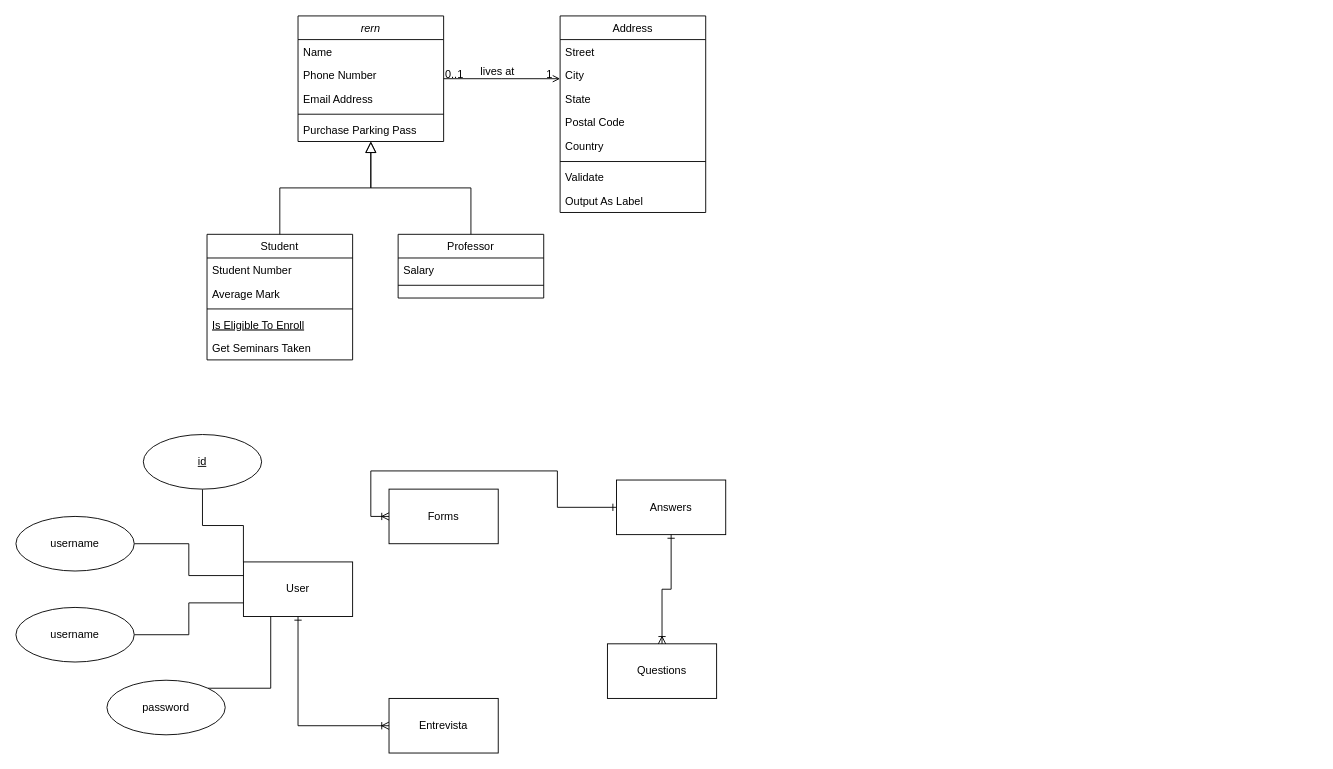
This is system_design_DB.drawio from JZane21/Framework-for-system-design-interviews, a draw.io file, before an edit. Source tidied: cells renumbered, new cells numbered last; positions are measured from the earlier drawing's top-left corner, leaving out a move shared by most shapes. Both pictures are drawn from the tidied source at 91%, with x=0, y=0 at pixel (15, 15).
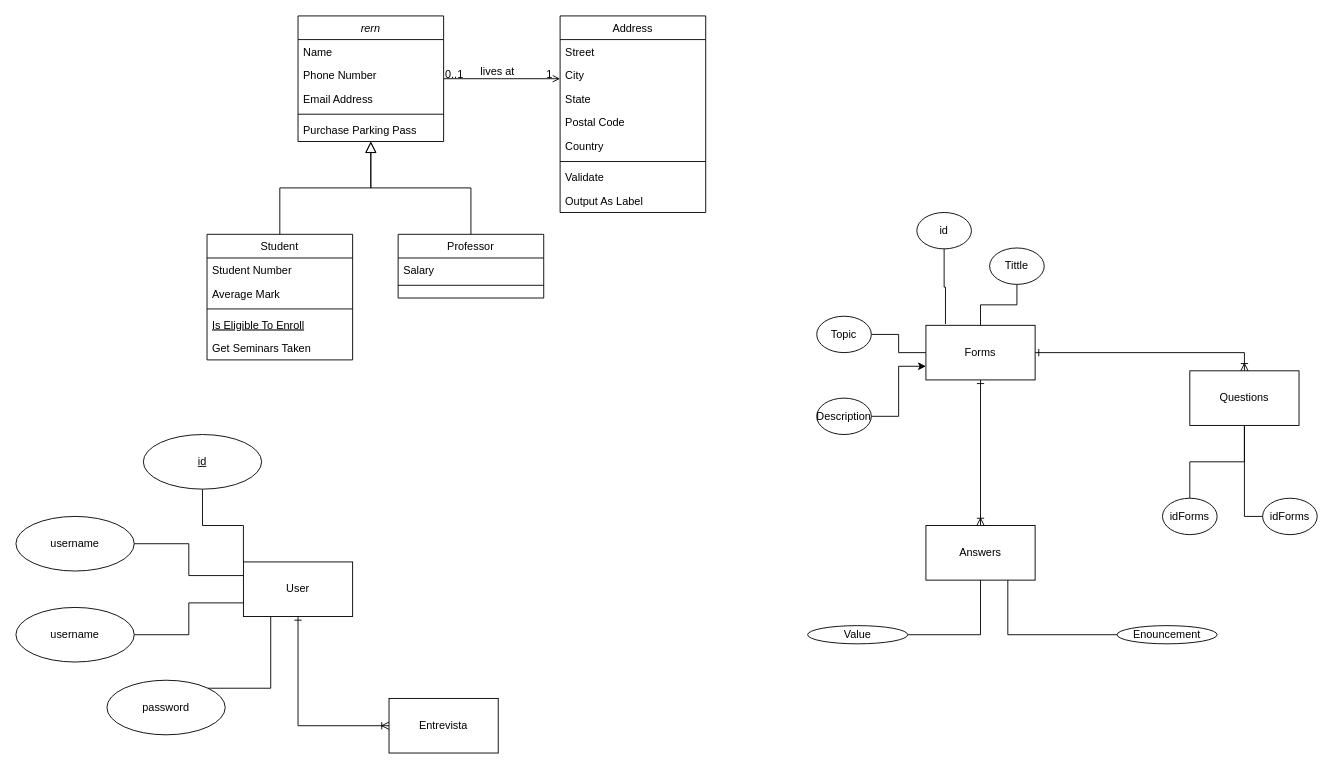
The same page after the edit.

What changed in the source:
```diff
@@
-    <mxCell id="33" value="Forms" style="rounded=0;whiteSpace=wrap;html=1;" parent="1" vertex="1">
-      <mxGeometry x="410" y="520" width="120" height="60" as="geometry" />
+    <mxCell id="33" value="Answers" style="rounded=0;whiteSpace=wrap;html=1;" parent="1" vertex="1">
+      <mxGeometry x="1000" y="560" width="120" height="60" as="geometry" />
     </mxCell>
@@
     <mxCell id="35" value="Questions" style="rounded=0;whiteSpace=wrap;html=1;" parent="1" vertex="1">
-      <mxGeometry x="650" y="690" width="120" height="60" as="geometry" />
+      <mxGeometry x="1290" y="390" width="120" height="60" as="geometry" />
     </mxCell>
@@
-    <mxCell id="37" style="edgeStyle=orthogonalEdgeStyle;rounded=0;jettySize=auto;html=1;entryX=0;entryY=0.5;entryDx=0;entryDy=0;endArrow=ERoneToMany;endFill=0;startArrow=ERone;startFill=0;" parent="1" edge="1" source="39" target="33">
+    <mxCell id="37" style="edgeStyle=orthogonalEdgeStyle;rounded=0;jettySize=auto;html=1;entryX=0.5;entryY=0;entryDx=0;entryDy=0;endArrow=ERoneToMany;endFill=0;startArrow=ERone;startFill=0;" parent="1" edge="1" source="39" target="33">
       <mxGeometry relative="1" as="geometry" />
     </mxCell>
@@
-    <mxCell id="39" value="Answers" style="rounded=0;whiteSpace=wrap;html=1;" parent="1" vertex="1">
-      <mxGeometry x="660" y="510" width="120" height="60" as="geometry" />
+    <mxCell id="39" value="Forms" style="rounded=0;whiteSpace=wrap;html=1;" parent="1" vertex="1">
+      <mxGeometry x="1000" y="340" width="120" height="60" as="geometry" />
     </mxCell>
@@
+    <mxCell id="48" style="edgeStyle=orthogonalEdgeStyle;rounded=0;jettySize=auto;html=1;entryX=0.75;entryY=1;entryDx=0;entryDy=0;endArrow=none;endFill=0;" parent="1" edge="1" source="49" target="33">
+      <mxGeometry relative="1" as="geometry" />
+    </mxCell>
+    <mxCell id="49" value="Enouncement" style="ellipse;whiteSpace=wrap;html=1;" parent="1" vertex="1">
+      <mxGeometry x="1210" y="670" width="110" height="20" as="geometry" />
+    </mxCell>
@@
+    <mxCell id="50" style="edgeStyle=orthogonalEdgeStyle;rounded=0;jettySize=auto;html=1;endArrow=none;endFill=0;" parent="1" edge="1" source="51">
+      <mxGeometry relative="1" as="geometry">
+        <mxPoint x="1350" y="450" as="targetPoint" />
+      </mxGeometry>
+    </mxCell>
+    <mxCell id="51" value="idForms" style="ellipse;whiteSpace=wrap;html=1;" parent="1" vertex="1">
+      <mxGeometry x="1370" y="530" width="60" height="40" as="geometry" />
+    </mxCell>
@@
+    <mxCell id="52" style="edgeStyle=orthogonalEdgeStyle;rounded=0;jettySize=auto;html=1;entryX=0.5;entryY=1;entryDx=0;entryDy=0;endArrow=none;endFill=0;" parent="1" edge="1" source="53" target="35">
+      <mxGeometry relative="1" as="geometry" />
+    </mxCell>
@@
+    <mxCell id="53" value="idForms" style="ellipse;whiteSpace=wrap;html=1;" parent="1" vertex="1">
+      <mxGeometry x="1260" y="530" width="60" height="40" as="geometry" />
+    </mxCell>
@@
+    <mxCell id="54" style="edgeStyle=orthogonalEdgeStyle;rounded=0;jettySize=auto;html=1;entryX=0.5;entryY=1;entryDx=0;entryDy=0;endArrow=none;endFill=0;" parent="1" edge="1" source="55" target="33">
+      <mxGeometry relative="1" as="geometry" />
+    </mxCell>
+    <mxCell id="55" value="Value" style="ellipse;whiteSpace=wrap;html=1;" parent="1" vertex="1">
+      <mxGeometry x="870" y="670" width="110" height="20" as="geometry" />
+    </mxCell>
@@
+    <mxCell id="56" value="id" style="ellipse;whiteSpace=wrap;html=1;" parent="1" vertex="1">
+      <mxGeometry x="990" y="216" width="60" height="40" as="geometry" />
+    </mxCell>
+    <mxCell id="57" style="edgeStyle=orthogonalEdgeStyle;rounded=0;jettySize=auto;html=1;entryX=0.5;entryY=0;entryDx=0;entryDy=0;endArrow=none;endFill=0;" parent="1" edge="1" source="58" target="39">
+      <mxGeometry relative="1" as="geometry" />
+    </mxCell>
+    <mxCell id="58" value="Tittle" style="ellipse;whiteSpace=wrap;html=1;" parent="1" vertex="1">
+      <mxGeometry x="1070" y="255" width="60" height="40" as="geometry" />
+    </mxCell>
+    <mxCell id="59" style="edgeStyle=orthogonalEdgeStyle;rounded=0;jettySize=auto;html=1;entryX=0;entryY=0.5;entryDx=0;entryDy=0;endArrow=none;endFill=0;" parent="1" edge="1" source="60" target="39">
+      <mxGeometry relative="1" as="geometry" />
+    </mxCell>
+    <mxCell id="60" value="Topic" style="ellipse;whiteSpace=wrap;html=1;" parent="1" vertex="1">
+      <mxGeometry x="880" y="330" width="60" height="40" as="geometry" />
+    </mxCell>
+    <mxCell id="61" style="edgeStyle=orthogonalEdgeStyle;rounded=0;jettySize=auto;html=1;entryX=0.179;entryY=-0.023;entryDx=0;entryDy=0;entryPerimeter=0;endArrow=none;endFill=0;" parent="1" edge="1" source="56" target="39">
+      <mxGeometry relative="1" as="geometry" />
+    </mxCell>
+    <mxCell id="62" style="edgeStyle=orthogonalEdgeStyle;rounded=0;jettySize=auto;html=1;entryX=0;entryY=0.75;entryDx=0;entryDy=0;" parent="1" edge="1" source="63" target="39">
+      <mxGeometry relative="1" as="geometry" />
+    </mxCell>
+    <mxCell id="63" value="Description" style="ellipse;whiteSpace=wrap;html=1;" parent="1" vertex="1">
+      <mxGeometry x="880" y="420" width="60" height="40" as="geometry" />
+    </mxCell>
```
